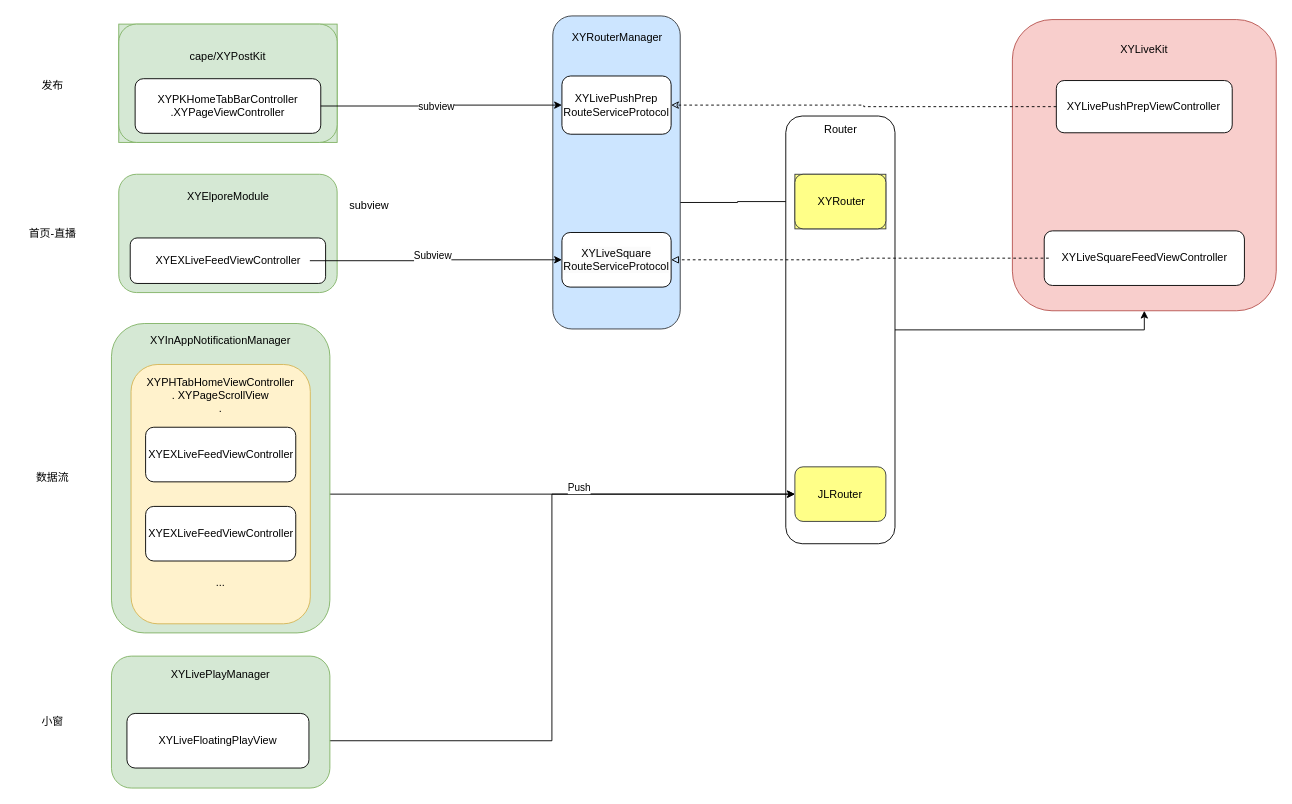
The draw.io diagram diagrams/未命名绘图.drawio in ygg29/UML, before the edit. Source tidied: cells renumbered, new cells numbered last; positions are measured from the earlier drawing's top-left corner, leaving out a move shared by most shapes. Both pictures are drawn from the tidied source at 91%, with x=0, y=0 at pixel (15, 15).
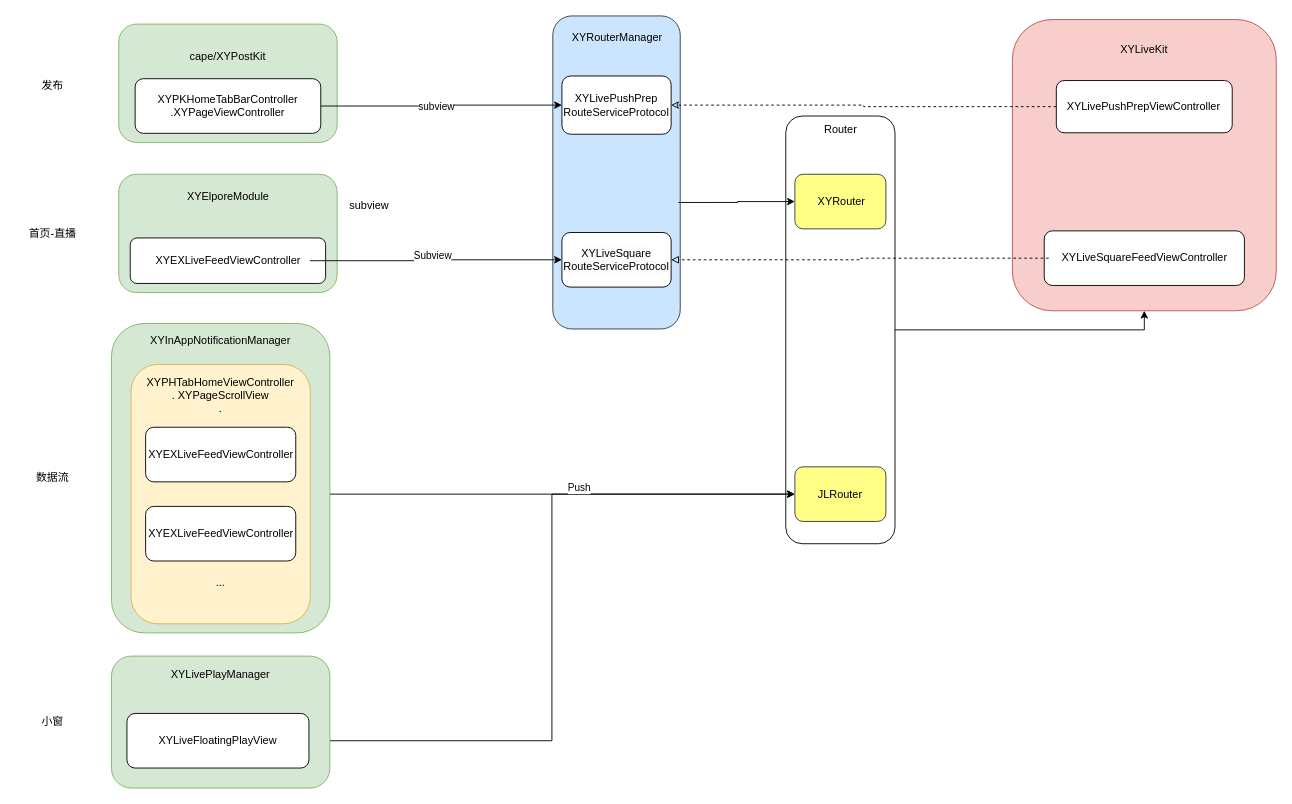
The same diagram, later.

Commit message:
更新未命名绘图.drawio

Unchanged cells that the change refers to:
```xml
<mxCell id="3" style="rounded=1;whiteSpace=wrap;html=1;fillColor=#cce5ff;strokeColor=#36393d;" parent="1" vertex="1">
  <mxGeometry x="590" width="140" height="344" as="geometry" />
</mxCell>
<mxCell id="39" style="rounded=1;whiteSpace=wrap;html=1;fillColor=#ffff88;strokeColor=#36393d;" parent="38" vertex="1">
  <mxGeometry width="100" height="60" as="geometry" />
</mxCell>
```

What changed in the source:
```diff
@@
-    <mxCell id="2" style="edgeStyle=orthogonalEdgeStyle;rounded=0;jettySize=auto;html=1;entryX=0;entryY=0.5;entryDx=0;entryDy=0;exitX=0.986;exitY=0.596;exitDx=0;exitDy=0;exitPerimeter=0;" parent="1" edge="1" source="3" target="39">
-      <mxGeometry relative="1" as="geometry" />
-    </mxCell>
@@
-    <mxCell id="6" style="group;fillColor=#d5e8d4;strokeColor=#82b366;" parent="1" vertex="1">
+    <mxCell id="6" style="group;" parent="1" vertex="1">
       <mxGeometry x="113" y="9" width="240" height="130" as="geometry" />
     </mxCell>
@@
-    <mxCell id="38" style="group;fillColor=#ffff88;strokeColor=#36393d;" parent="1" vertex="1">
+    <mxCell id="38" style="group;" parent="1" vertex="1">
       <mxGeometry x="856" y="174" width="100" height="60" as="geometry" />
     </mxCell>
@@
+    <mxCell id="2" style="edgeStyle=orthogonalEdgeStyle;rounded=0;jettySize=auto;html=1;entryX=0;entryY=0.5;entryDx=0;entryDy=0;exitX=0.986;exitY=0.596;exitDx=0;exitDy=0;exitPerimeter=0;endArrow=classic;endFill=1;" parent="1" edge="1" source="3" target="39">
+      <mxGeometry relative="1" as="geometry" />
+    </mxCell>
```
